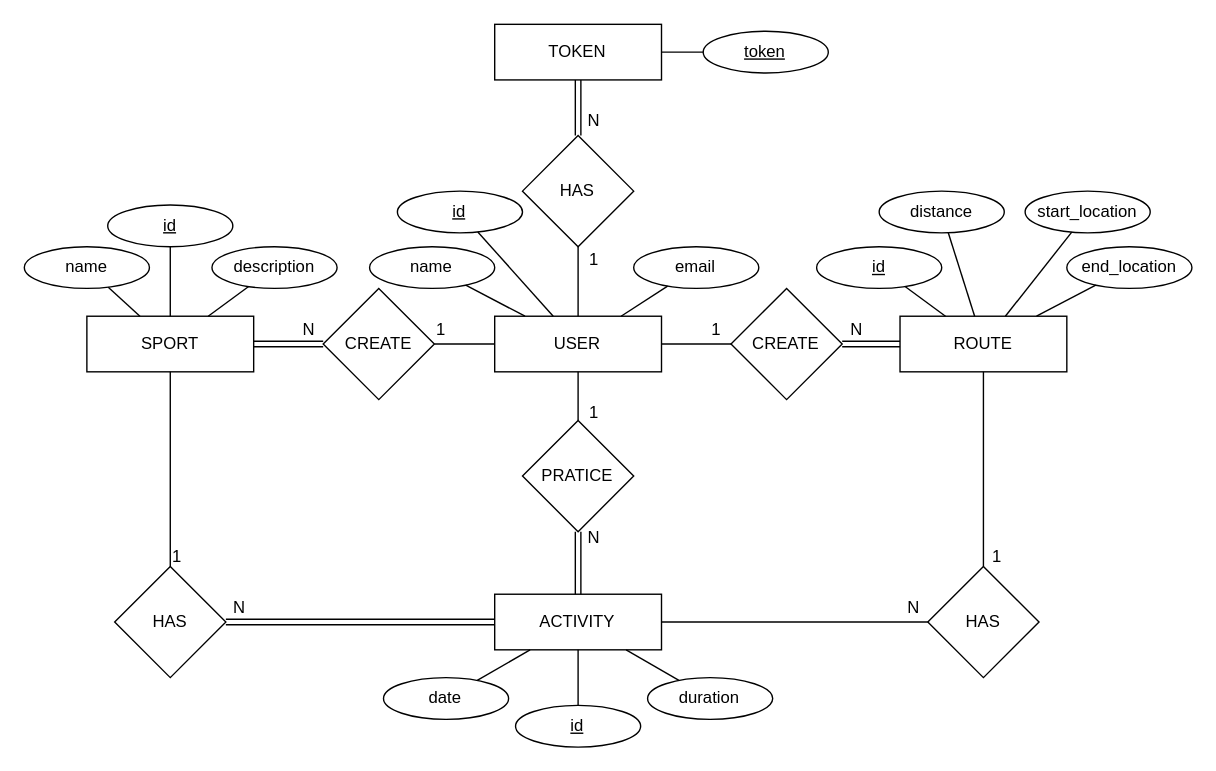
bodybuilders-team/sports-api keeps this draw.io diagram as docs/sports-db/sports-db-diagram.drawio. Above is the earlier version. Source tidied: cells renumbered, new cells numbered last; positions are measured from the earlier drawing's top-left corner, leaving out a move shared by most shapes. Both pictures are drawn from the tidied source at 139%, with x=0, y=0 at pixel (24, 24).
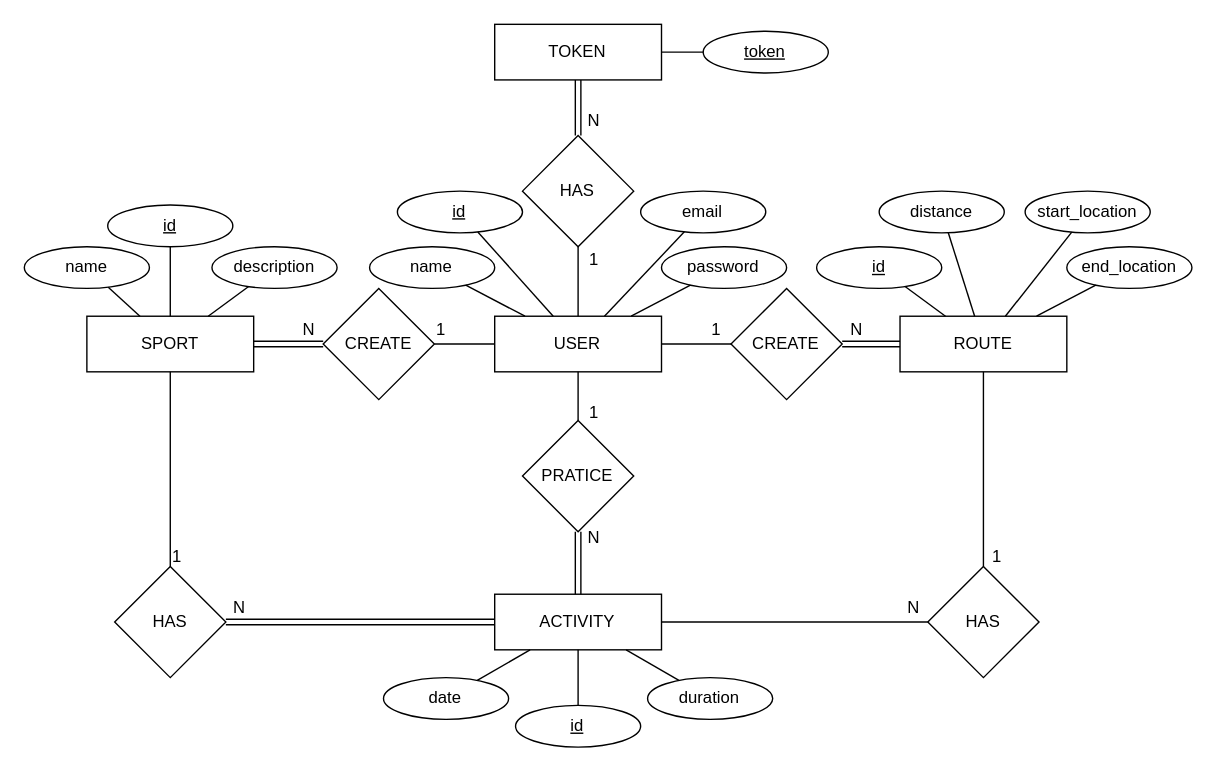
The same page after the edit.

Commit message (it also covers changes not shown here):
Database conceptual model updated.

Unchanged cells that the change refers to:
```xml
<mxCell id="2" value="USER" style="rounded=0;whiteSpace=wrap;html=1;" parent="1" vertex="1">
  <mxGeometry x="338.4" y="210" width="120" height="40" as="geometry" />
</mxCell>
```

What changed in the source:
```diff
@@
     <mxCell id="8" value="email" style="ellipse;whiteSpace=wrap;html=1;" parent="1" vertex="1">
-      <mxGeometry x="438.4" y="160" width="90" height="30" as="geometry" />
+      <mxGeometry x="443.4" y="120" width="90" height="30" as="geometry" />
     </mxCell>
@@
+    <mxCell id="65" value="password" style="ellipse;whiteSpace=wrap;html=1;" parent="1" vertex="1">
+      <mxGeometry x="458.4" y="160" width="90" height="30" as="geometry" />
+    </mxCell>
+    <mxCell id="66" style="endArrow=none;html=1;rounded=0;" parent="1" edge="1" source="2" target="65">
+      <mxGeometry relative="1" as="geometry" />
+    </mxCell>
```
